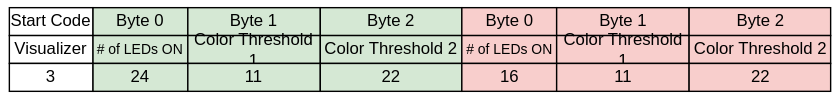
This is visualizer.drawio.svg from jfcbooth/block_diagrams, a draw.io export, as it was before one commit. Source tidied: cells renumbered, new cells last; positions are measured from the earlier drawing's top-left corner, leaving out a move shared by most shapes.
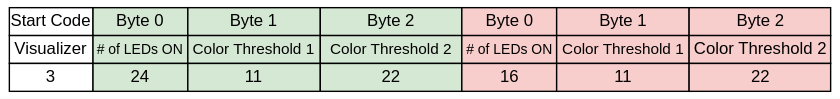
The same diagram one commit later.

Diff of the diagram source:
```diff
@@ -20,10 +20,10 @@
     <mxCell id="7" value="&lt;font style=&quot;font-size: 10px;&quot;&gt;# of LEDs ON&lt;br&gt;&lt;/font&gt;" style="rounded=0;whiteSpace=wrap;html=1;fillColor=#d5e8d4;strokeColor=#000000;" parent="1" vertex="1">
       <mxGeometry x="60" y="20" width="68" height="20" as="geometry" />
     </mxCell>
-    <mxCell id="8" value="Color Threshold 1" style="rounded=0;whiteSpace=wrap;html=1;fillColor=#d5e8d4;strokeColor=#000000;" parent="1" vertex="1">
+    <mxCell id="8" value="&lt;font style=&quot;font-size: 11px;&quot;&gt;Color Threshold 1&lt;/font&gt;" style="rounded=0;whiteSpace=wrap;html=1;fillColor=#d5e8d4;strokeColor=#000000;" parent="1" vertex="1">
       <mxGeometry x="128" y="20" width="95" height="20" as="geometry" />
     </mxCell>
-    <mxCell id="9" value="Color Threshold 2" style="rounded=0;whiteSpace=wrap;html=1;fillColor=#d5e8d4;strokeColor=#000000;" parent="1" vertex="1">
+    <mxCell id="9" value="&lt;font style=&quot;font-size: 11px;&quot;&gt;Color Threshold 2&lt;/font&gt;" style="rounded=0;whiteSpace=wrap;html=1;fillColor=#d5e8d4;strokeColor=#000000;" parent="1" vertex="1">
       <mxGeometry x="223" y="20" width="101.5" height="20" as="geometry" />
     </mxCell>
     <mxCell id="10" value="3" style="rounded=0;whiteSpace=wrap;html=1;" parent="1" vertex="1">
@@ -50,7 +50,7 @@
     <mxCell id="17" value="&lt;font style=&quot;font-size: 10px;&quot;&gt;# of LEDs ON&lt;br&gt;&lt;/font&gt;" style="rounded=0;whiteSpace=wrap;html=1;fillColor=#f8cecc;strokeColor=#000000;" parent="1" vertex="1">
       <mxGeometry x="324.5" y="20" width="68" height="20" as="geometry" />
     </mxCell>
-    <mxCell id="18" value="Color Threshold 1" style="rounded=0;whiteSpace=wrap;html=1;fillColor=#f8cecc;strokeColor=#000000;" parent="1" vertex="1">
+    <mxCell id="18" value="&lt;font style=&quot;font-size: 11px;&quot;&gt;Color Threshold 1&lt;/font&gt;" style="rounded=0;whiteSpace=wrap;html=1;fillColor=#f8cecc;strokeColor=#000000;" parent="1" vertex="1">
       <mxGeometry x="392.5" y="20" width="95" height="20" as="geometry" />
     </mxCell>
     <mxCell id="19" value="Color Threshold 2" style="rounded=0;whiteSpace=wrap;html=1;fillColor=#f8cecc;strokeColor=#000000;" parent="1" vertex="1">
```
